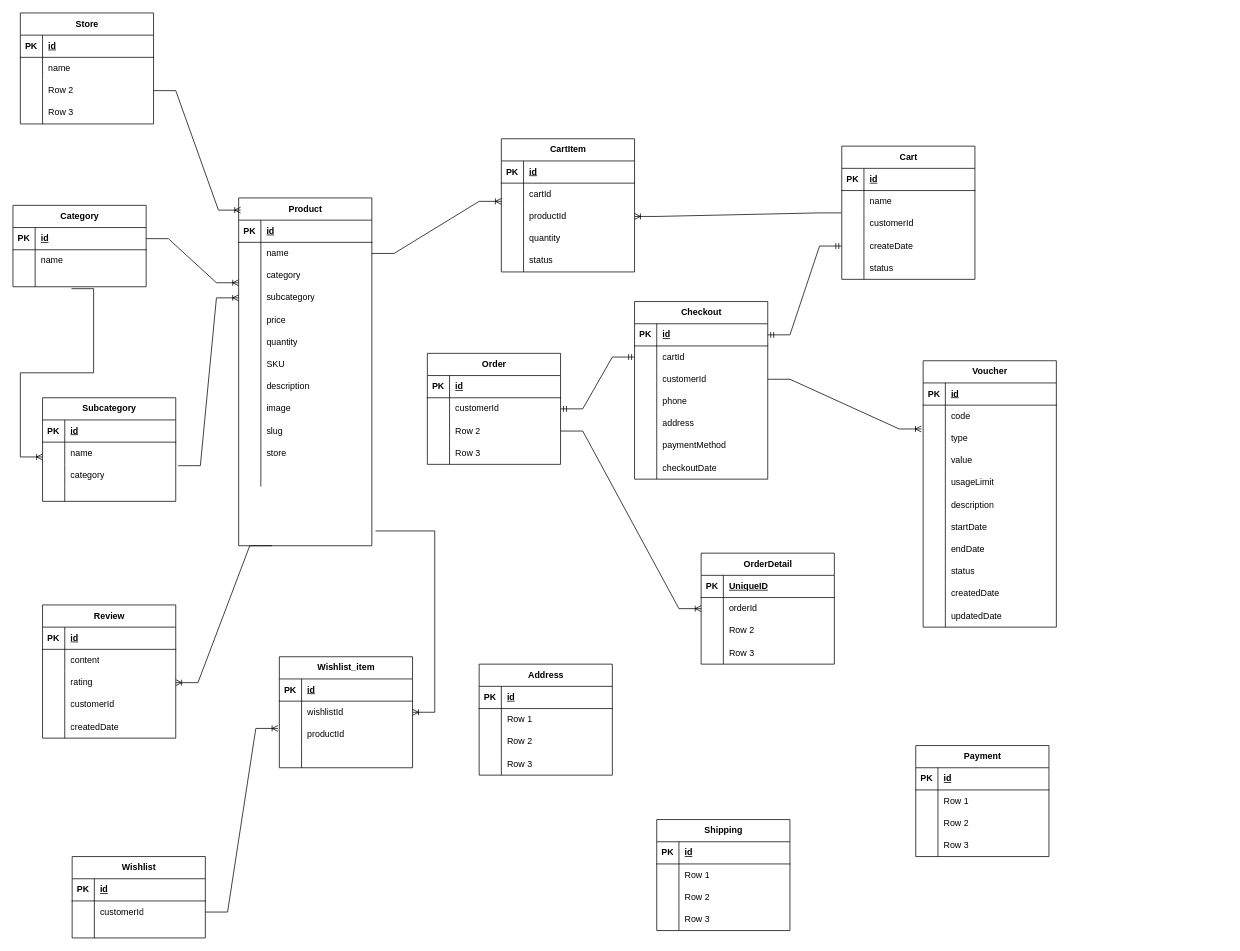
This is backend/app/Entity Diagram.drawio from pdcthanh112/MyDream, a draw.io file, before an edit. Source tidied: cells renumbered, new cells numbered last; positions are measured from the earlier drawing's top-left corner, leaving out a move shared by most shapes. Both pictures are drawn from the tidied source at 74%, with x=0, y=0 at pixel (-350, 13).
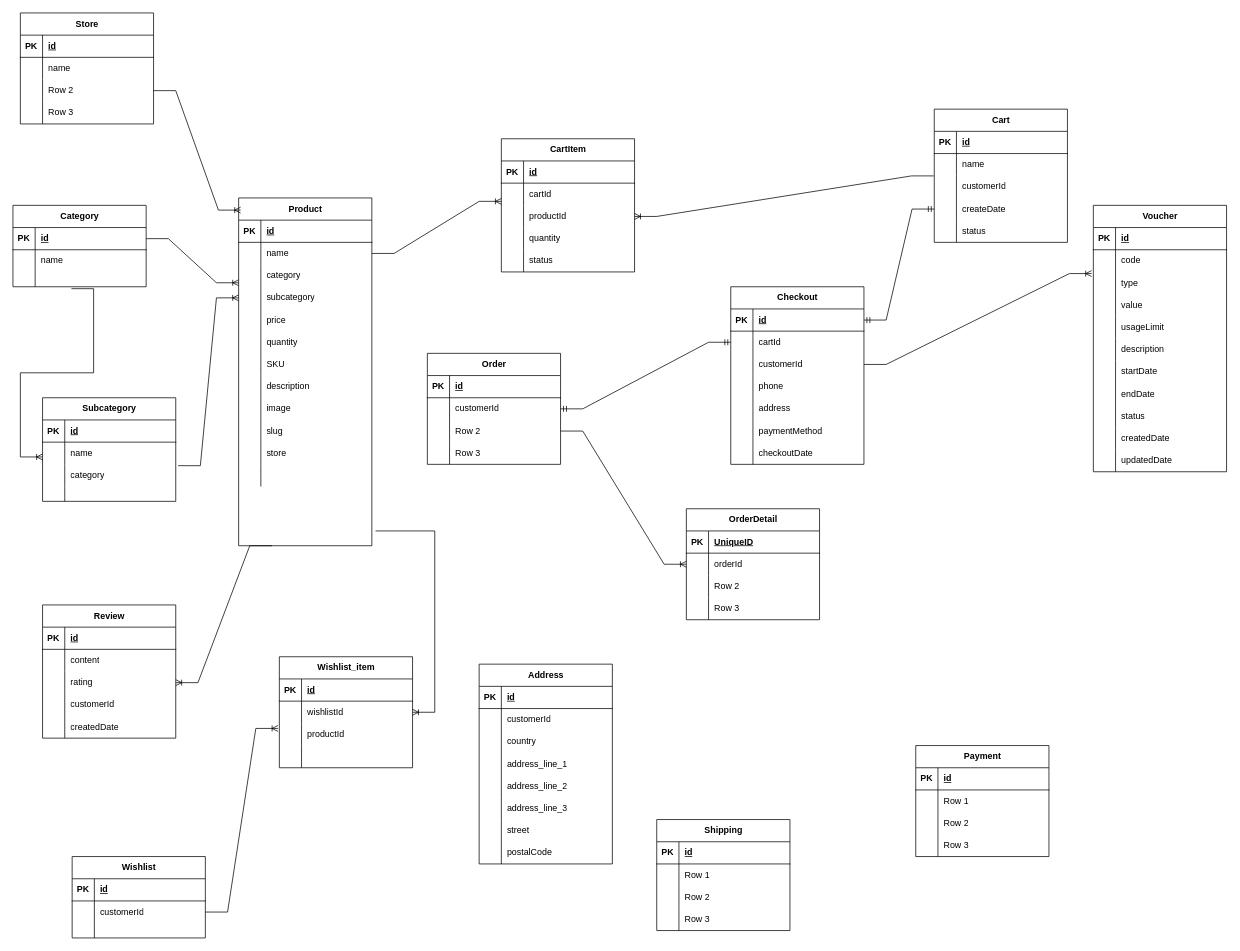
The same page after the edit.

Unchanged cells that the change refers to:
```xml
<mxCell id="271" style="shape=tableRow;horizontal=0;startSize=0;swimlaneHead=0;swimlaneBody=0;fillColor=none;top=0;left=0;right=0;bottom=0;" parent="267" vertex="1">
  <mxGeometry y="60" width="180" height="30" as="geometry" />
</mxCell>
<mxCell id="274" style="shape=tableRow;horizontal=0;startSize=0;swimlaneHead=0;swimlaneBody=0;fillColor=none;top=0;left=0;right=0;bottom=0;" parent="267" vertex="1">
  <mxGeometry y="90" width="180" height="30" as="geometry" />
</mxCell>
<mxCell id="277" style="shape=tableRow;horizontal=0;startSize=0;swimlaneHead=0;swimlaneBody=0;fillColor=none;top=0;left=0;right=0;bottom=0;" parent="267" vertex="1">
  <mxGeometry y="120" width="180" height="30" as="geometry" />
</mxCell>
```

Change to the diagram source:
```diff
@@
     <mxCell id="62" value="Cart" style="shape=table;startSize=30;childLayout=tableLayout;rowLines=0;fontStyle=1;align=center;html=1;" parent="1" vertex="1">
-      <mxGeometry x="1610" y="180" width="180" height="180" as="geometry" />
+      <mxGeometry x="1735" y="130" width="180" height="180" as="geometry" />
     </mxCell>
@@
     <mxCell id="94" value="Checkout" style="shape=table;startSize=30;childLayout=tableLayout;rowLines=0;fontStyle=1;align=center;html=1;" parent="1" vertex="1">
-      <mxGeometry x="1330" y="390" width="180" height="240" as="geometry" />
+      <mxGeometry x="1460" y="370" width="180" height="240" as="geometry" />
     </mxCell>
@@
     <mxCell id="129" value="OrderDetail" style="shape=table;startSize=30;childLayout=tableLayout;rowLines=0;fontStyle=1;align=center;html=1;" parent="1" vertex="1">
-      <mxGeometry x="1420" y="730" width="180" height="150" as="geometry" />
+      <mxGeometry x="1400" y="670" width="180" height="150" as="geometry" />
     </mxCell>
@@
     <mxCell id="147" value="Voucher" style="shape=table;startSize=30;childLayout=tableLayout;rowLines=0;fontStyle=1;align=center;html=1;" parent="1" vertex="1">
-      <mxGeometry x="1720" y="470" width="180" height="360" as="geometry" />
+      <mxGeometry x="1950" y="260" width="180" height="360" as="geometry" />
     </mxCell>
@@
     <mxCell id="267" value="Address" style="shape=table;startSize=30;childLayout=tableLayout;rowLines=0;fontStyle=1;align=center;html=1;" parent="1" vertex="1">
-      <mxGeometry x="1120" y="880" width="180" height="150" as="geometry" />
+      <mxGeometry x="1120" y="880" width="180" height="270" as="geometry" />
     </mxCell>
@@
-    <mxCell id="273" value="Row 1" style="shape=partialRectangle;fillColor=none;top=0;left=0;bottom=0;right=0;align=left;spacingLeft=6;overflow=hidden;whiteSpace=wrap;html=1;" parent="271" vertex="1">
+    <mxCell id="273" value="customerId" style="shape=partialRectangle;fillColor=none;top=0;left=0;bottom=0;right=0;align=left;spacingLeft=6;overflow=hidden;whiteSpace=wrap;html=1;" parent="271" vertex="1">
       <mxGeometry x="30" width="150" height="30" as="geometry" />
     </mxCell>
@@
-    <mxCell id="276" value="Row 2" style="shape=partialRectangle;fillColor=none;top=0;left=0;bottom=0;right=0;align=left;spacingLeft=6;overflow=hidden;whiteSpace=wrap;html=1;" parent="274" vertex="1">
+    <mxCell id="276" value="country" style="shape=partialRectangle;fillColor=none;top=0;left=0;bottom=0;right=0;align=left;spacingLeft=6;overflow=hidden;whiteSpace=wrap;html=1;" parent="274" vertex="1">
       <mxGeometry x="30" width="150" height="30" as="geometry" />
     </mxCell>
@@
-    <mxCell id="279" value="Row 3" style="shape=partialRectangle;fillColor=none;top=0;left=0;bottom=0;right=0;align=left;spacingLeft=6;overflow=hidden;whiteSpace=wrap;html=1;" parent="277" vertex="1">
+    <mxCell id="279" value="address_line_1" style="shape=partialRectangle;fillColor=none;top=0;left=0;bottom=0;right=0;align=left;spacingLeft=6;overflow=hidden;whiteSpace=wrap;html=1;" parent="277" vertex="1">
       <mxGeometry x="30" width="150" height="30" as="geometry" />
     </mxCell>
+    <mxCell id="280" style="shape=tableRow;horizontal=0;startSize=0;swimlaneHead=0;swimlaneBody=0;fillColor=none;top=0;left=0;right=0;bottom=0;" parent="267" vertex="1">
+      <mxGeometry y="150" width="180" height="30" as="geometry" />
+    </mxCell>
+    <mxCell id="281" style="shape=partialRectangle;fillColor=none;top=0;left=0;bottom=0;right=0;overflow=hidden;whiteSpace=wrap;html=1;" parent="280" vertex="1">
+      <mxGeometry width="30" height="30" as="geometry" />
+    </mxCell>
+    <mxCell id="282" value="address_line_2" style="shape=partialRectangle;fillColor=none;top=0;left=0;bottom=0;right=0;align=left;spacingLeft=6;overflow=hidden;whiteSpace=wrap;html=1;" parent="280" vertex="1">
+      <mxGeometry x="30" width="150" height="30" as="geometry" />
+    </mxCell>
+    <mxCell id="283" style="shape=tableRow;horizontal=0;startSize=0;swimlaneHead=0;swimlaneBody=0;fillColor=none;top=0;left=0;right=0;bottom=0;" parent="267" vertex="1">
+      <mxGeometry y="180" width="180" height="30" as="geometry" />
+    </mxCell>
+    <mxCell id="284" style="shape=partialRectangle;fillColor=none;top=0;left=0;bottom=0;right=0;overflow=hidden;whiteSpace=wrap;html=1;" parent="283" vertex="1">
+      <mxGeometry width="30" height="30" as="geometry" />
+    </mxCell>
+    <mxCell id="285" value="address_line_3" style="shape=partialRectangle;fillColor=none;top=0;left=0;bottom=0;right=0;align=left;spacingLeft=6;overflow=hidden;whiteSpace=wrap;html=1;" parent="283" vertex="1">
+      <mxGeometry x="30" width="150" height="30" as="geometry" />
+    </mxCell>
+    <mxCell id="286" style="shape=tableRow;horizontal=0;startSize=0;swimlaneHead=0;swimlaneBody=0;fillColor=none;top=0;left=0;right=0;bottom=0;" parent="267" vertex="1">
+      <mxGeometry y="210" width="180" height="30" as="geometry" />
+    </mxCell>
+    <mxCell id="287" style="shape=partialRectangle;fillColor=none;top=0;left=0;bottom=0;right=0;overflow=hidden;whiteSpace=wrap;html=1;" parent="286" vertex="1">
+      <mxGeometry width="30" height="30" as="geometry" />
+    </mxCell>
+    <mxCell id="288" value="street" style="shape=partialRectangle;fillColor=none;top=0;left=0;bottom=0;right=0;align=left;spacingLeft=6;overflow=hidden;whiteSpace=wrap;html=1;" parent="286" vertex="1">
+      <mxGeometry x="30" width="150" height="30" as="geometry" />
+    </mxCell>
+    <mxCell id="289" style="shape=tableRow;horizontal=0;startSize=0;swimlaneHead=0;swimlaneBody=0;fillColor=none;top=0;left=0;right=0;bottom=0;" parent="267" vertex="1">
+      <mxGeometry y="240" width="180" height="30" as="geometry" />
+    </mxCell>
+    <mxCell id="290" style="shape=partialRectangle;fillColor=none;top=0;left=0;bottom=0;right=0;overflow=hidden;whiteSpace=wrap;html=1;" parent="289" vertex="1">
+      <mxGeometry width="30" height="30" as="geometry" />
+    </mxCell>
+    <mxCell id="291" value="postalCode" style="shape=partialRectangle;fillColor=none;top=0;left=0;bottom=0;right=0;align=left;spacingLeft=6;overflow=hidden;whiteSpace=wrap;html=1;" parent="289" vertex="1">
+      <mxGeometry x="30" width="150" height="30" as="geometry" />
+    </mxCell>
```
